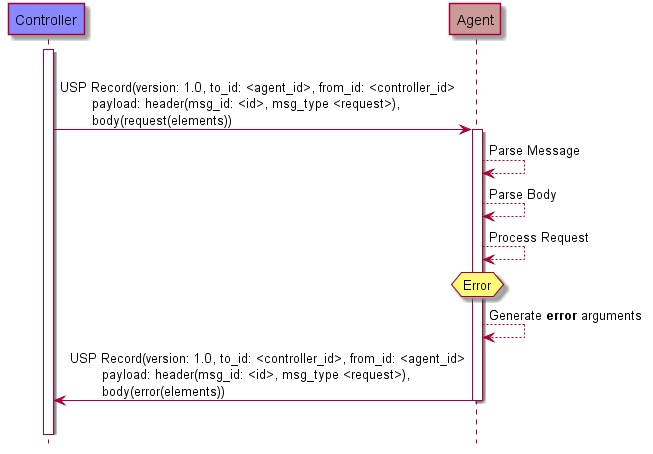
Above: specification/messages/error_response.png in BroadbandForum/usp (PlantUML), before the change.
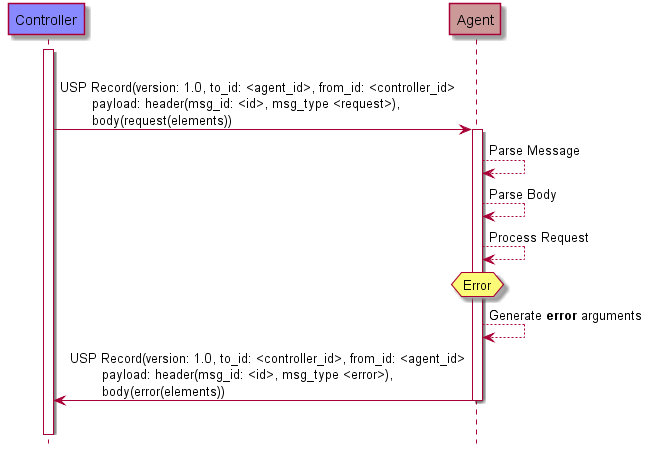
After the change.

The edit, as a diff of the source:
```diff
@@ -26,7 +26,7 @@
 A-->A: Generate **error** arguments
 
 
-A->C: USP Record(version: 1.0, to_id: <controller_id>, from_id: <agent_id>\n\tpayload: header(msg_id: <id>, msg_type <request>),\n\tbody(error(elements))
+A->C: USP Record(version: 1.0, to_id: <controller_id>, from_id: <agent_id>\n\tpayload: header(msg_id: <id>, msg_type <error>),\n\tbody(error(elements))
 
 deactivate A
 |||
```
